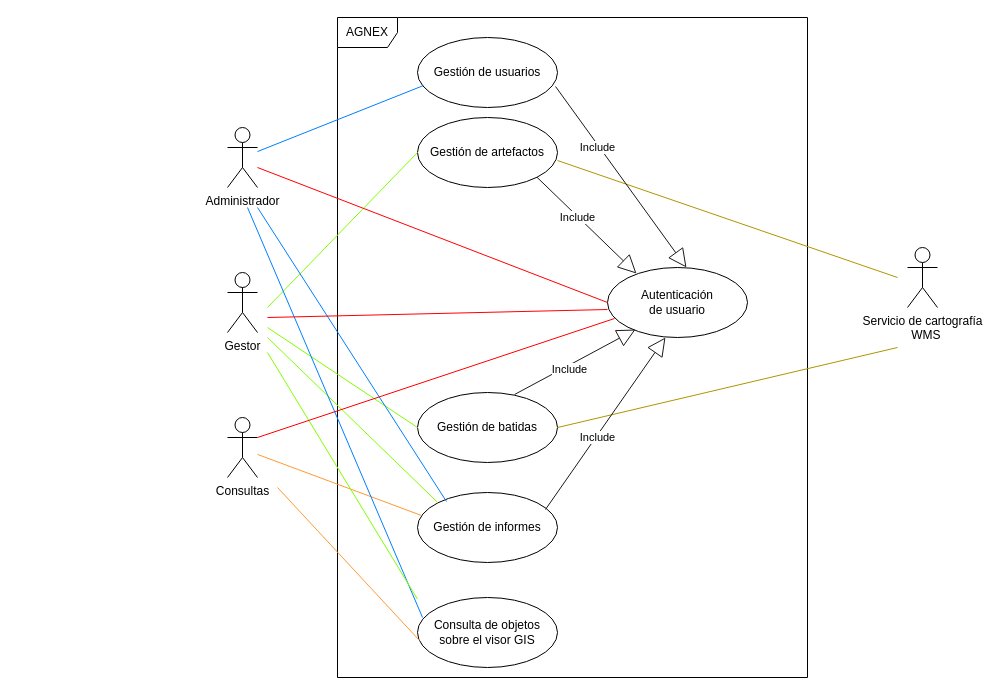
Above: ERS/ModeloDeNegocio.drawio in pquella/buscaminas (draw.io), before the change. Source tidied: cells renumbered, new cells numbered last; positions are measured from the earlier drawing's top-left corner, leaving out a move shared by most shapes. Both pictures are drawn from the tidied source at 100%, with x=0, y=0 at pixel (227, 17).
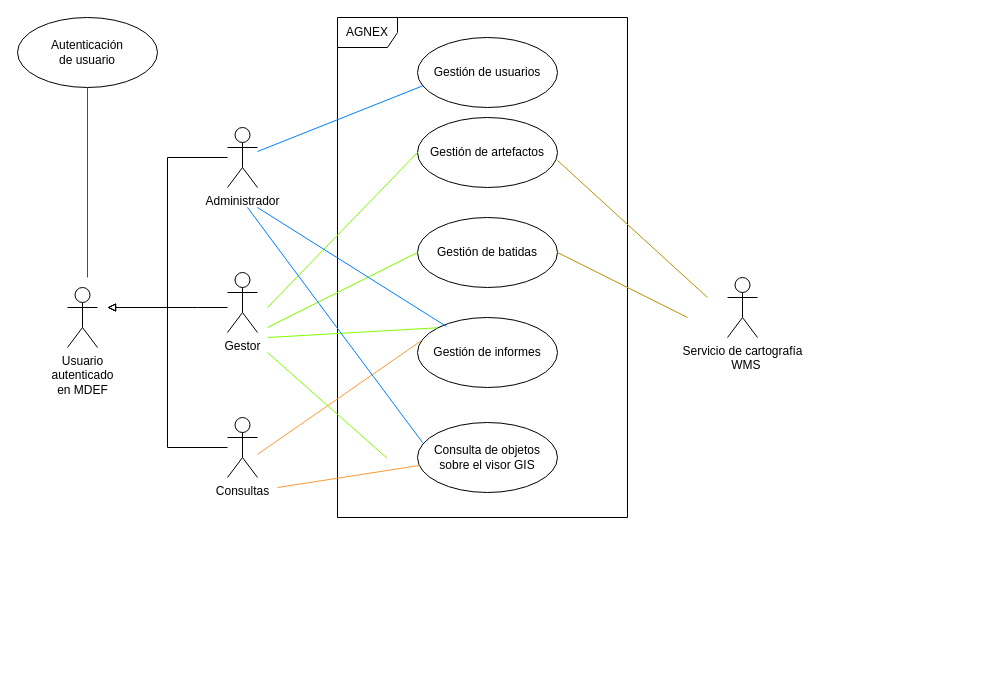
The same page after the edit.

What changed in the source:
```diff
@@
-    <mxCell id="2" style="group;" parent="1" vertex="1">
-      <mxGeometry width="710" height="660" as="geometry" />
-    </mxCell>
+    <mxCell id="32" style="edgeStyle=orthogonalEdgeStyle;rounded=0;orthogonalLoop=1;jettySize=auto;html=1;startArrow=block;startFill=0;endArrow=none;endFill=0;" parent="1" edge="1">
+      <mxGeometry relative="1" as="geometry">
+        <mxPoint x="-120" y="290" as="sourcePoint" />
+        <mxPoint y="430" as="targetPoint" />
+        <Array as="points">
+          <mxPoint x="-60" y="290" />
+          <mxPoint x="-60" y="430" />
+        </Array>
+      </mxGeometry>
+    </mxCell>
+    <mxCell id="33" value="&lt;div&gt;Usuario&lt;/div&gt;&lt;div&gt;autenticado&lt;/div&gt;&lt;div&gt; en MDEF&lt;br&gt;&lt;/div&gt;" style="shape=umlActor;verticalLabelPosition=bottom;labelBackgroundColor=#ffffff;verticalAlign=top;html=1;shadow=0;" parent="1" vertex="1">
+      <mxGeometry x="-160" y="270" width="30" height="60" as="geometry" />
+    </mxCell>
+    <mxCell id="34" style="edgeStyle=orthogonalEdgeStyle;rounded=0;jettySize=auto;html=1;startArrow=block;startFill=0;endArrow=none;endFill=0;" parent="1" edge="1" target="5">
+      <mxGeometry relative="1" as="geometry">
+        <mxPoint x="-120" y="290" as="sourcePoint" />
+        <Array as="points">
+          <mxPoint x="-30" y="290" />
+          <mxPoint x="-30" y="290" />
+        </Array>
+      </mxGeometry>
+    </mxCell>
+    <mxCell id="35" style="edgeStyle=orthogonalEdgeStyle;rounded=0;jettySize=auto;html=1;startArrow=block;startFill=0;endArrow=none;endFill=0;" parent="1" edge="1" target="4">
+      <mxGeometry relative="1" as="geometry">
+        <mxPoint x="-120" y="290" as="sourcePoint" />
+        <Array as="points">
+          <mxPoint x="-60" y="290" />
+          <mxPoint x="-60" y="140" />
+        </Array>
+      </mxGeometry>
+    </mxCell>
-    <mxCell id="3" value="AGNEX" style="shape=umlFrame;whiteSpace=wrap;html=1;shadow=0;" parent="2" vertex="1">
-      <mxGeometry x="110" width="470" height="660" as="geometry" />
+    <mxCell id="3" value="AGNEX" style="shape=umlFrame;whiteSpace=wrap;html=1;shadow=0;" parent="1" vertex="1">
+      <mxGeometry x="110" width="290" height="500" as="geometry" />
     </mxCell>
-    <mxCell id="4" value="Administrador" style="shape=umlActor;verticalLabelPosition=bottom;labelBackgroundColor=#ffffff;verticalAlign=top;html=1;shadow=0;" parent="2" vertex="1">
+    <mxCell id="4" value="Administrador" style="shape=umlActor;verticalLabelPosition=bottom;labelBackgroundColor=#ffffff;verticalAlign=top;html=1;shadow=0;" parent="1" vertex="1">
       <mxGeometry y="110" width="30" height="60" as="geometry" />
     </mxCell>
-    <mxCell id="5" value="Gestor" style="shape=umlActor;verticalLabelPosition=bottom;labelBackgroundColor=#ffffff;verticalAlign=top;html=1;shadow=0;" parent="2" vertex="1">
+    <mxCell id="5" value="Gestor" style="shape=umlActor;verticalLabelPosition=bottom;labelBackgroundColor=#ffffff;verticalAlign=top;html=1;shadow=0;" parent="1" vertex="1">
       <mxGeometry y="255" width="30" height="60" as="geometry" />
     </mxCell>
-    <mxCell id="6" value="Gestión de usuarios" style="ellipse;whiteSpace=wrap;html=1;shadow=0;" parent="2" vertex="1">
+    <mxCell id="6" value="Gestión de usuarios" style="ellipse;whiteSpace=wrap;html=1;shadow=0;" parent="1" vertex="1">
       <mxGeometry x="190" y="20" width="140" height="70" as="geometry" />
     </mxCell>
-    <mxCell id="7" style="rounded=0;jettySize=auto;html=1;endArrow=none;endFill=0;strokeColor=#007FFF;entryX=0.043;entryY=0.686;entryDx=0;entryDy=0;entryPerimeter=0;" parent="2" edge="1" source="4" target="6">
+    <mxCell id="7" style="rounded=0;jettySize=auto;html=1;endArrow=none;endFill=0;strokeColor=#007FFF;entryX=0.043;entryY=0.686;entryDx=0;entryDy=0;entryPerimeter=0;" parent="1" edge="1" source="4" target="6">
       <mxGeometry relative="1" as="geometry" />
     </mxCell>
-    <mxCell id="8" value="Gestión de artefactos" style="ellipse;whiteSpace=wrap;html=1;shadow=0;" parent="2" vertex="1">
+    <mxCell id="8" value="Gestión de artefactos" style="ellipse;whiteSpace=wrap;html=1;shadow=0;" parent="1" vertex="1">
       <mxGeometry x="190" y="100" width="140" height="70" as="geometry" />
     </mxCell>
-    <mxCell id="9" value="Gestión de batidas" style="ellipse;whiteSpace=wrap;html=1;shadow=0;" parent="2" vertex="1">
-      <mxGeometry x="190" y="375" width="140" height="70" as="geometry" />
+    <mxCell id="9" value="Gestión de batidas" style="ellipse;whiteSpace=wrap;html=1;shadow=0;" parent="1" vertex="1">
+      <mxGeometry x="190" y="200" width="140" height="70" as="geometry" />
     </mxCell>
-    <mxCell id="10" value="Gestión de informes" style="ellipse;whiteSpace=wrap;html=1;shadow=0;" parent="2" vertex="1">
-      <mxGeometry x="190" y="475" width="140" height="70" as="geometry" />
+    <mxCell id="10" value="Gestión de informes" style="ellipse;whiteSpace=wrap;html=1;shadow=0;" parent="1" vertex="1">
+      <mxGeometry x="190" y="300" width="140" height="70" as="geometry" />
     </mxCell>
-    <mxCell id="11" value="Consultas" style="shape=umlActor;verticalLabelPosition=bottom;labelBackgroundColor=#ffffff;verticalAlign=top;html=1;shadow=0;" parent="2" vertex="1">
+    <mxCell id="11" value="Consultas" style="shape=umlActor;verticalLabelPosition=bottom;labelBackgroundColor=#ffffff;verticalAlign=top;html=1;shadow=0;" parent="1" vertex="1">
       <mxGeometry y="400" width="30" height="60" as="geometry" />
     </mxCell>
-    <mxCell id="12" value="&lt;div&gt;Servicio de cartografía&lt;/div&gt;&lt;div&gt;&amp;nbsp; WMS&lt;br&gt;&lt;/div&gt;" style="shape=umlActor;verticalLabelPosition=bottom;labelBackgroundColor=#ffffff;verticalAlign=top;html=1;shadow=0;" parent="2" vertex="1">
-      <mxGeometry x="680" y="230" width="30" height="60" as="geometry" />
+    <mxCell id="12" value="&lt;div&gt;Servicio de cartografía&lt;/div&gt;&lt;div&gt;&amp;nbsp; WMS&lt;br&gt;&lt;/div&gt;" style="shape=umlActor;verticalLabelPosition=bottom;labelBackgroundColor=#ffffff;verticalAlign=top;html=1;shadow=0;" parent="1" vertex="1">
+      <mxGeometry x="500" y="260" width="30" height="60" as="geometry" />
     </mxCell>
-    <mxCell id="13" style="rounded=0;jettySize=auto;html=1;endArrow=none;endFill=0;strokeColor=#80FF00;entryX=0;entryY=0.5;entryDx=0;entryDy=0;" parent="2" edge="1" target="8">
+    <mxCell id="13" style="rounded=0;jettySize=auto;html=1;endArrow=none;endFill=0;strokeColor=#80FF00;entryX=0;entryY=0.5;entryDx=0;entryDy=0;" parent="1" edge="1" target="8">
       <mxGeometry relative="1" as="geometry">
         <mxPoint x="40" y="290" as="sourcePoint" />
       </mxGeometry>
     </mxCell>
-    <mxCell id="14" style="rounded=0;jettySize=auto;html=1;endArrow=none;endFill=0;strokeColor=#80FF00;entryX=0;entryY=0.5;entryDx=0;entryDy=0;" parent="2" edge="1" target="9">
+    <mxCell id="14" style="rounded=0;jettySize=auto;html=1;endArrow=none;endFill=0;strokeColor=#80FF00;entryX=0;entryY=0.5;entryDx=0;entryDy=0;" parent="1" edge="1" target="9">
       <mxGeometry relative="1" as="geometry">
         <mxPoint x="40" y="310" as="sourcePoint" />
       </mxGeometry>
     </mxCell>
-    <mxCell id="15" style="rounded=0;jettySize=auto;html=1;endArrow=none;endFill=0;strokeColor=#80FF00;entryX=0;entryY=0;entryDx=0;entryDy=0;" parent="2" edge="1" target="10">
+    <mxCell id="15" style="rounded=0;jettySize=auto;html=1;endArrow=none;endFill=0;strokeColor=#80FF00;entryX=0;entryY=0;entryDx=0;entryDy=0;" parent="1" edge="1" target="10">
       <mxGeometry relative="1" as="geometry">
         <mxPoint x="40" y="320" as="sourcePoint" />
       </mxGeometry>
     </mxCell>
-    <mxCell id="16" style="rounded=0;jettySize=auto;html=1;endArrow=none;endFill=0;strokeColor=#FF9933;entryX=0.029;entryY=0.329;entryDx=0;entryDy=0;entryPerimeter=0;shadow=0;" parent="2" edge="1" target="10">
+    <mxCell id="16" style="rounded=0;jettySize=auto;html=1;endArrow=none;endFill=0;strokeColor=#FF9933;entryX=0.029;entryY=0.329;entryDx=0;entryDy=0;entryPerimeter=0;shadow=0;" parent="1" edge="1" target="10">
       <mxGeometry relative="1" as="geometry">
         <mxPoint x="30" y="436.9" as="sourcePoint" />
       </mxGeometry>
     </mxCell>
-    <mxCell id="17" style="rounded=0;orthogonalLoop=1;jettySize=auto;html=1;endArrow=none;endFill=0;strokeColor=#B09500;fillColor=#e3c800;" parent="2" edge="1">
+    <mxCell id="17" style="rounded=0;orthogonalLoop=1;jettySize=auto;html=1;endArrow=none;endFill=0;strokeColor=#B09500;fillColor=#e3c800;" parent="1" edge="1">
       <mxGeometry relative="1" as="geometry">
-        <mxPoint x="670" y="260" as="sourcePoint" />
+        <mxPoint x="480" y="280" as="sourcePoint" />
         <mxPoint x="330" y="143" as="targetPoint" />
       </mxGeometry>
     </mxCell>
-    <mxCell id="18" style="rounded=0;jettySize=auto;html=1;endArrow=none;endFill=0;strokeColor=#B09500;entryX=1;entryY=0.5;entryDx=0;entryDy=0;fillColor=#e3c800;" parent="2" edge="1" target="9">
+    <mxCell id="18" style="rounded=0;jettySize=auto;html=1;endArrow=none;endFill=0;strokeColor=#B09500;entryX=1;entryY=0.5;entryDx=0;entryDy=0;fillColor=#e3c800;" parent="1" edge="1" target="9">
       <mxGeometry relative="1" as="geometry">
-        <mxPoint x="670" y="330" as="sourcePoint" />
+        <mxPoint x="460" y="300" as="sourcePoint" />
       </mxGeometry>
     </mxCell>
-    <mxCell id="19" style="rounded=0;jettySize=auto;html=1;endArrow=none;endFill=0;strokeColor=#007FFF;entryX=0.207;entryY=0.129;entryDx=0;entryDy=0;entryPerimeter=0;" parent="2" edge="1" target="10">
+    <mxCell id="19" style="rounded=0;jettySize=auto;html=1;endArrow=none;endFill=0;strokeColor=#007FFF;entryX=0.207;entryY=0.129;entryDx=0;entryDy=0;entryPerimeter=0;" parent="1" edge="1" target="10">
       <mxGeometry relative="1" as="geometry">
         <mxPoint x="30" y="190" as="sourcePoint" />
       </mxGeometry>
     </mxCell>
-    <mxCell id="20" value="&lt;div&gt;Autenticación&lt;/div&gt;&lt;div&gt; de usuario&lt;/div&gt;" style="ellipse;whiteSpace=wrap;html=1;shadow=0;" parent="2" vertex="1">
-      <mxGeometry x="380" y="250" width="140" height="70" as="geometry" />
-    </mxCell>
-    <mxCell id="21" value="&lt;div&gt;Consulta de objetos&lt;/div&gt;&lt;div&gt;sobre el visor GIS&lt;br&gt;&lt;/div&gt;" style="ellipse;whiteSpace=wrap;html=1;shadow=0;" parent="2" vertex="1">
-      <mxGeometry x="190" y="580" width="140" height="70" as="geometry" />
+    <mxCell id="21" value="&lt;div&gt;Consulta de objetos&lt;/div&gt;&lt;div&gt;sobre el visor GIS&lt;br&gt;&lt;/div&gt;" style="ellipse;whiteSpace=wrap;html=1;shadow=0;" parent="1" vertex="1">
+      <mxGeometry x="190" y="405" width="140" height="70" as="geometry" />
     </mxCell>
-    <mxCell id="22" style="rounded=0;jettySize=auto;html=1;endArrow=none;endFill=0;strokeColor=#007FFF;entryX=0.036;entryY=0.286;entryDx=0;entryDy=0;entryPerimeter=0;" parent="2" edge="1" target="21">
+    <mxCell id="22" style="rounded=0;jettySize=auto;html=1;endArrow=none;endFill=0;strokeColor=#007FFF;entryX=0.036;entryY=0.286;entryDx=0;entryDy=0;entryPerimeter=0;" parent="1" edge="1" target="21">
       <mxGeometry relative="1" as="geometry">
         <mxPoint x="20" y="190" as="sourcePoint" />
       </mxGeometry>
     </mxCell>
-    <mxCell id="23" style="rounded=0;jettySize=auto;html=1;endArrow=none;endFill=0;strokeColor=#80FF00;entryX=0.17;entryY=0.881;entryDx=0;entryDy=0;entryPerimeter=0;" parent="2" edge="1" target="3">
+    <mxCell id="23" style="rounded=0;jettySize=auto;html=1;endArrow=none;endFill=0;strokeColor=#80FF00;entryX=0.17;entryY=0.881;entryDx=0;entryDy=0;entryPerimeter=0;" parent="1" edge="1" target="3">
       <mxGeometry relative="1" as="geometry">
         <mxPoint x="40" y="335" as="sourcePoint" />
       </mxGeometry>
     </mxCell>
-    <mxCell id="24" style="rounded=0;jettySize=auto;html=1;endArrow=none;endFill=0;strokeColor=#FF9933;entryX=0.014;entryY=0.614;entryDx=0;entryDy=0;entryPerimeter=0;shadow=0;startSize=10;" parent="2" edge="1" target="21">
+    <mxCell id="24" style="rounded=0;jettySize=auto;html=1;endArrow=none;endFill=0;strokeColor=#FF9933;entryX=0.014;entryY=0.614;entryDx=0;entryDy=0;entryPerimeter=0;shadow=0;startSize=10;" parent="1" edge="1" target="21">
       <mxGeometry relative="1" as="geometry">
         <mxPoint x="50" y="470" as="sourcePoint" />
       </mxGeometry>
     </mxCell>
-    <mxCell id="25" style="rounded=0;jettySize=auto;html=1;endArrow=none;endFill=0;strokeColor=#FF0000;entryX=0;entryY=0.5;entryDx=0;entryDy=0;shadow=0;" parent="2" edge="1" target="20">
-      <mxGeometry relative="1" as="geometry">
-        <mxPoint x="30" y="150" as="sourcePoint" />
-      </mxGeometry>
-    </mxCell>
-    <mxCell id="26" style="rounded=0;orthogonalLoop=1;jettySize=auto;html=1;endArrow=none;endFill=0;strokeColor=#FF0000;shadow=0;" parent="2" edge="1">
+    <mxCell id="26" style="rounded=0;jettySize=auto;html=1;endArrow=none;endFill=0;strokeColor=#FF0000;shadow=0;entryX=0.5;entryY=1;entryDx=0;entryDy=0;" parent="1" edge="1" target="20">
       <mxGeometry relative="1" as="geometry">
-        <mxPoint x="40" y="300" as="sourcePoint" />
-        <mxPoint x="380" y="292" as="targetPoint" />
+        <mxPoint x="-140" y="260" as="sourcePoint" />
       </mxGeometry>
     </mxCell>
-    <mxCell id="27" style="rounded=0;jettySize=auto;html=1;endArrow=none;endFill=0;strokeColor=#FF0000;shadow=0;entryX=0.05;entryY=0.729;entryDx=0;entryDy=0;entryPerimeter=0;" parent="2" edge="1" target="20">
-      <mxGeometry relative="1" as="geometry">
-        <mxPoint x="30" y="420" as="sourcePoint" />
-      </mxGeometry>
-    </mxCell>
-    <mxCell id="28" value="Include" style="endArrow=block;endSize=16;endFill=0;html=1;strokeColor=#1A1A1A;entryX=0.2;entryY=0.886;entryDx=0;entryDy=0;entryPerimeter=0;exitX=0.693;exitY=0.029;exitDx=0;exitDy=0;exitPerimeter=0;" parent="2" edge="1" source="9" target="20">
-      <mxGeometry x="0.06" y="-14" relative="1" as="geometry">
-        <mxPoint x="-16" y="-3" as="offset" />
-      </mxGeometry>
-    </mxCell>
-    <mxCell id="29" value="Include" style="endArrow=block;endSize=16;endFill=0;html=1;strokeColor=#1A1A1A;entryX=0.414;entryY=1;entryDx=0;entryDy=0;entryPerimeter=0;exitX=0.914;exitY=0.243;exitDx=0;exitDy=0;exitPerimeter=0;" parent="2" edge="1" source="10" target="20">
-      <mxGeometry x="-0.15" y="-1" relative="1" as="geometry" />
-    </mxCell>
-    <mxCell id="30" value="Include" style="endArrow=block;endSize=16;endFill=0;html=1;strokeColor=#1A1A1A;entryX=0.564;entryY=0;entryDx=0;entryDy=0;entryPerimeter=0;exitX=0.986;exitY=0.7;exitDx=0;exitDy=0;exitPerimeter=0;" parent="2" edge="1" source="6" target="20">
-      <mxGeometry x="-0.34" y="-2" relative="1" as="geometry" />
-    </mxCell>
-    <mxCell id="31" value="Include" style="endArrow=block;endSize=16;endFill=0;html=1;strokeColor=#1A1A1A;entryX=0.207;entryY=0.086;entryDx=0;entryDy=0;entryPerimeter=0;exitX=1;exitY=1;exitDx=0;exitDy=0;" parent="2" edge="1" source="8" target="20">
-      <mxGeometry x="-0.17" relative="1" as="geometry">
-        <mxPoint y="1" as="offset" />
-      </mxGeometry>
-    </mxCell>
+    <mxCell id="20" value="&lt;div&gt;Autenticación&lt;/div&gt;&lt;div&gt; de usuario&lt;/div&gt;" style="ellipse;whiteSpace=wrap;html=1;shadow=0;" parent="1" vertex="1">
+      <mxGeometry x="-210" width="140" height="70" as="geometry" />
+    </mxCell>
```
